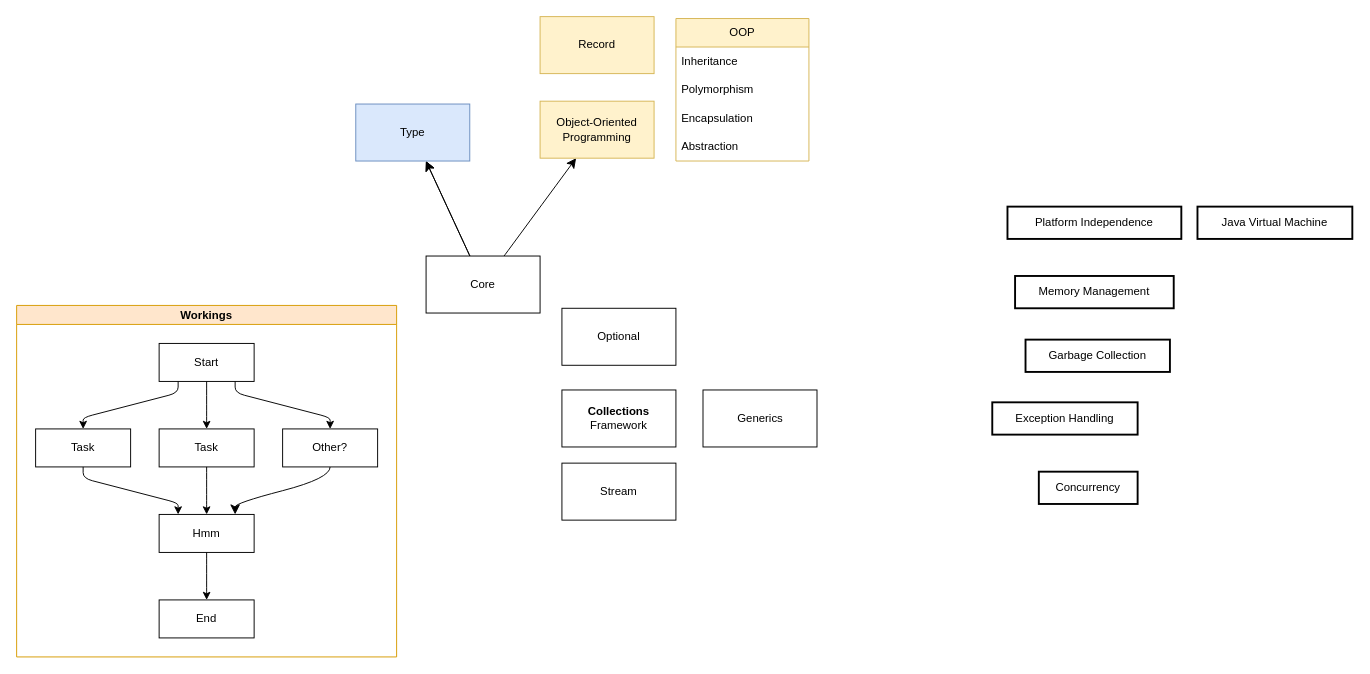
sunflynf/diagram-only keeps this draw.io diagram as page "Java" (1 of 5) of Programming Languages.drawio. Above is the earlier version. Source tidied: cells renumbered, new cells numbered last; positions are measured from the earlier drawing's top-left corner, leaving out a move shared by most shapes. Both pictures are drawn from the tidied source at 95%, with x=0, y=0 at pixel (16, 16).
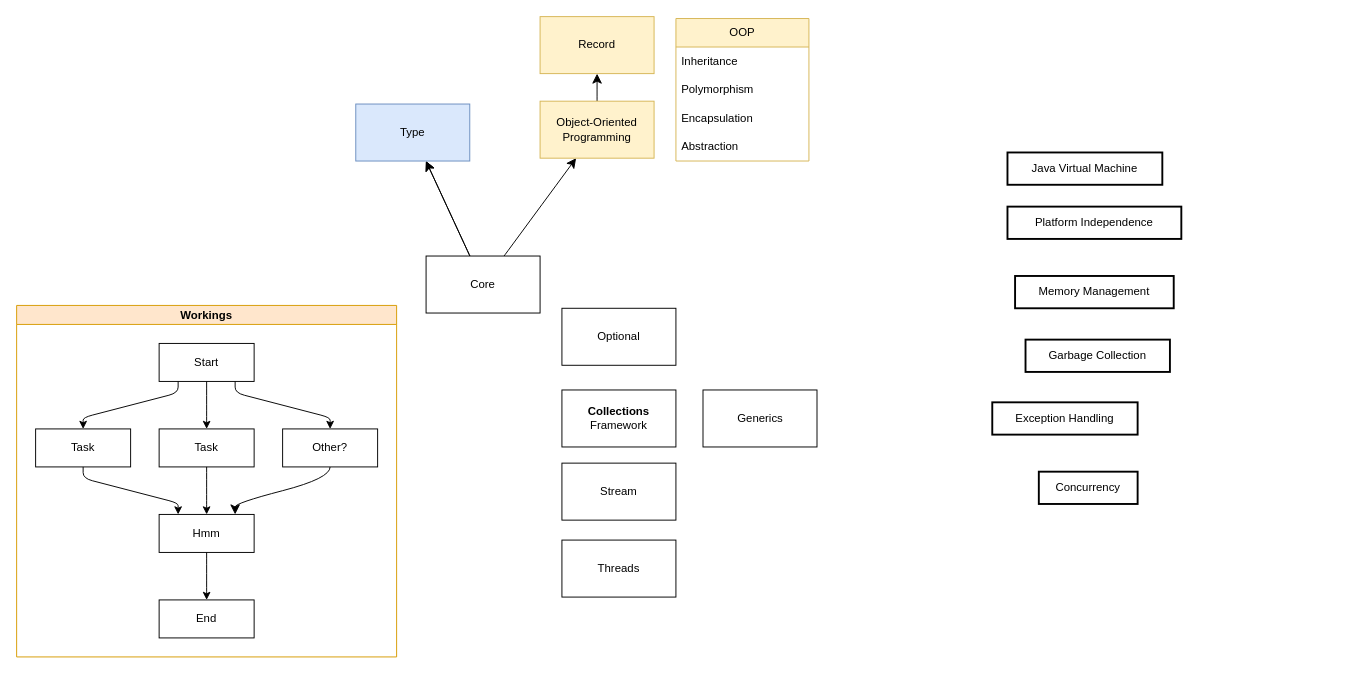
The same diagram, later.

The change refers to these unchanged cells:
```xml
<mxCell id="12" value="Object-Oriented Programming" style="whiteSpace=wrap;html=1;verticalAlign=middle;fillColor=#fff2cc;strokeColor=#d6b656;" parent="1" vertex="1">
  <mxGeometry x="551" y="89" width="120" height="60" as="geometry" />
</mxCell>
<mxCell id="32" value="Record" style="whiteSpace=wrap;html=1;fillColor=#fff2cc;strokeColor=#d6b656;" parent="1" vertex="1">
  <mxGeometry x="551" width="120" height="60" as="geometry" />
</mxCell>
```

The edit, as a diff of the source:
```diff
@@
     <mxCell id="7" value="Java Virtual Machine" style="whiteSpace=wrap;strokeWidth=2;" parent="1" vertex="1">
-      <mxGeometry x="1243" y="200" width="163" height="34" as="geometry" />
+      <mxGeometry x="1043" y="143" width="163" height="34" as="geometry" />
     </mxCell>
@@
+    <mxCell id="39" style="edgeStyle=none;curved=1;rounded=0;jettySize=auto;html=1;fontSize=12;startSize=8;endSize=8;" parent="1" edge="1" source="12" target="32">
+      <mxGeometry relative="1" as="geometry" />
+    </mxCell>
@@
+    <mxCell id="40" value="Threads" style="whiteSpace=wrap;html=1;" parent="1" vertex="1">
+      <mxGeometry x="574" y="551" width="120" height="60" as="geometry" />
+    </mxCell>
```
